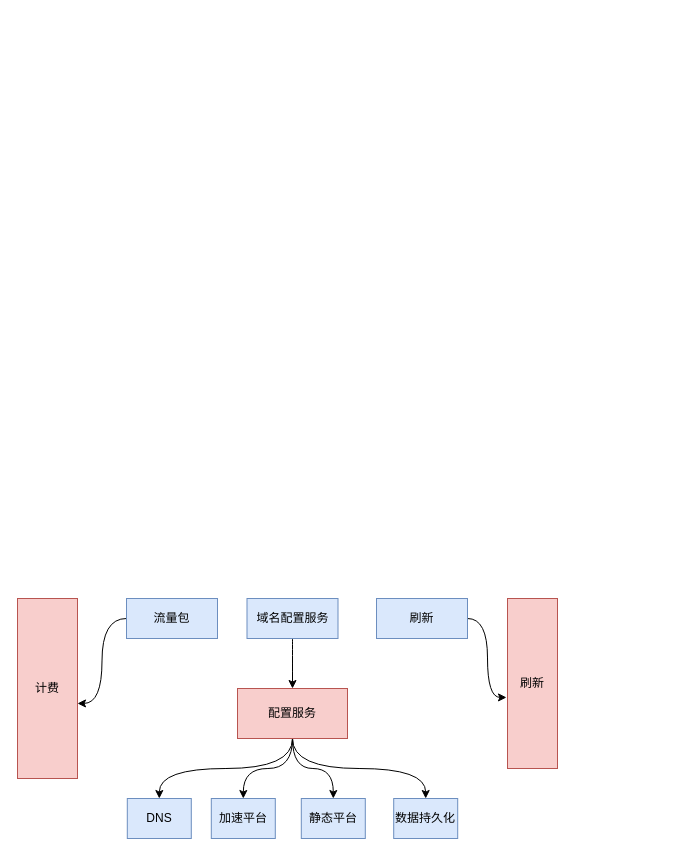
Before: page "第 4 页" (4 of 6) of tcb.drawio in wwCrazy/resume, a draw.io diagram. Source tidied: cells renumbered, new cells numbered last; positions are measured from the earlier drawing's top-left corner, leaving out a move shared by most shapes. Both pictures are drawn from the tidied source at 100%, with x=0, y=0 at pixel (17, 598). Pictures stored in the file or linked from it are replaced by grey dashed boxes.
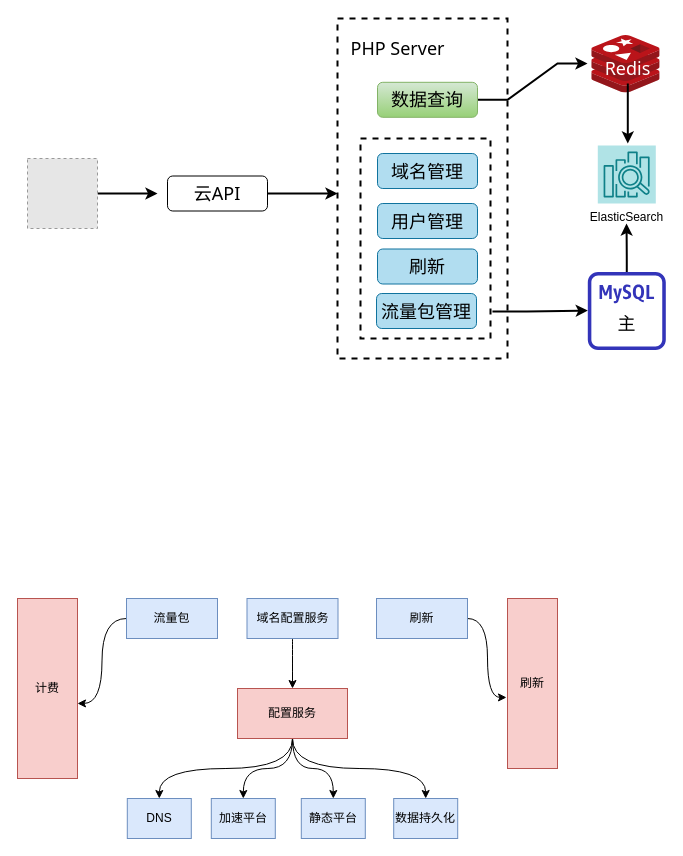
Above is the later version.

What changed in the source:
```diff
@@
+    <mxCell id="19" style="rounded=0;whiteSpace=wrap;html=1;strokeWidth=2;fontFamily=Tahoma;fontSize=18;align=center;dashed=1;" parent="1" vertex="1">
+      <mxGeometry x="320" y="-580" width="170" height="340" as="geometry" />
+    </mxCell>
+    <mxCell id="20" style="rounded=0;whiteSpace=wrap;html=1;dashed=1;strokeWidth=2;fontFamily=Tahoma;fontSize=18;align=center;" parent="1" vertex="1">
+      <mxGeometry x="343" y="-460" width="130" height="200" as="geometry" />
+    </mxCell>
+    <mxCell id="21" style="edgeStyle=orthogonalEdgeStyle;curved=1;rounded=0;jettySize=auto;html=1;exitX=1;exitY=0.5;exitDx=0;exitDy=0;strokeWidth=2;fontFamily=Tahoma;fontSize=18;fontColor=#000000;" parent="1" edge="1" source="22">
+      <mxGeometry relative="1" as="geometry">
+        <mxPoint x="140" y="-405" as="targetPoint" />
+      </mxGeometry>
+    </mxCell>
+    <mxCell id="22" style="fillColor=#E6E6E6;strokeColor=#999999;dashed=1;verticalLabelPosition=bottom;labelBackgroundColor=#ffffff;verticalAlign=top;" parent="1" vertex="1">
+      <mxGeometry x="10" y="-440" width="70" height="70" as="geometry" />
+    </mxCell>
+    <mxCell id="23" style="edgeStyle=entityRelationEdgeStyle;rounded=0;jettySize=auto;html=1;exitX=1;exitY=0.5;exitDx=0;exitDy=0;strokeWidth=2;fontFamily=Tahoma;fontSize=18;fontColor=#000000;" parent="1" edge="1" source="24">
+      <mxGeometry relative="1" as="geometry">
+        <mxPoint x="320" y="-405" as="targetPoint" />
+      </mxGeometry>
+    </mxCell>
+    <mxCell id="24" value="云API" style="rounded=1;whiteSpace=wrap;html=1;strokeWidth=1;fontFamily=Tahoma;fontSize=18;align=center;" parent="1" vertex="1">
+      <mxGeometry x="150" y="-422.5" width="100" height="35" as="geometry" />
+    </mxCell>
+    <mxCell id="25" style="edgeStyle=entityRelationEdgeStyle;rounded=0;jettySize=auto;html=1;strokeWidth=2;fontFamily=Tahoma;fontSize=18;fontColor=#000000;" parent="1" edge="1" source="26">
+      <mxGeometry relative="1" as="geometry">
+        <mxPoint x="570" y="-535" as="targetPoint" />
+      </mxGeometry>
+    </mxCell>
+    <mxCell id="26" value="数据查询" style="rounded=1;whiteSpace=wrap;html=1;strokeWidth=1;fontFamily=Tahoma;fontSize=18;align=center;fillColor=#d5e8d4;strokeColor=#82b366;gradientColor=#97d077;" parent="1" vertex="1">
+      <mxGeometry x="360" y="-516.2" width="100" height="35" as="geometry" />
+    </mxCell>
+    <mxCell id="27" value="域名管理" style="rounded=1;whiteSpace=wrap;html=1;strokeWidth=1;fontFamily=Tahoma;fontSize=18;align=center;fillColor=#b1ddf0;strokeColor=#10739e;" parent="1" vertex="1">
+      <mxGeometry x="360" y="-445" width="100" height="35" as="geometry" />
+    </mxCell>
+    <mxCell id="28" value="PHP Server" style="text;html=1;align=center;verticalAlign=middle;fillColor=none;strokeColor=none;rounded=0;fontFamily=Tahoma;fontSize=18;fontColor=#000000;" parent="1" vertex="1">
+      <mxGeometry x="330" y="-565" width="100" height="30" as="geometry" />
+    </mxCell>
+    <mxCell id="29" value="ElasticSearch" style="gradientDirection=north;fillColor=#b0e3e6;strokeColor=#0e8088;dashed=0;verticalLabelPosition=bottom;verticalAlign=top;align=center;html=1;fontSize=12;fontStyle=0;shape=mxgraph.aws4.resourceIcon;resIcon=mxgraph.aws4.elasticsearch_service;" parent="1" vertex="1">
+      <mxGeometry x="580.3" y="-453" width="58" height="58" as="geometry" />
+    </mxCell>
+    <mxCell id="30" style="edgeStyle=orthogonalEdgeStyle;curved=1;rounded=0;jettySize=auto;html=1;strokeWidth=2;fontFamily=Tahoma;fontSize=18;fontColor=#000000;" parent="1" edge="1" source="31">
+      <mxGeometry relative="1" as="geometry">
+        <mxPoint x="609" y="-375" as="targetPoint" />
+      </mxGeometry>
+    </mxCell>
+    <mxCell id="31" style="outlineConnect=0;fontColor=#232F3E;gradientColor=none;fillColor=#3334B9;strokeColor=none;dashed=0;verticalLabelPosition=bottom;verticalAlign=top;align=center;html=1;fontSize=12;fontStyle=0;shape=mxgraph.aws4.rds_mysql_instance_alt;" parent="1" vertex="1">
+      <mxGeometry x="570.3" y="-326.5" width="78" height="78" as="geometry" />
+    </mxCell>
+    <mxCell id="32" value="用户管理" style="rounded=1;whiteSpace=wrap;html=1;strokeWidth=1;fontFamily=Tahoma;fontSize=18;align=center;fillColor=#b1ddf0;strokeColor=#10739e;" parent="1" vertex="1">
+      <mxGeometry x="360" y="-395" width="100" height="35" as="geometry" />
+    </mxCell>
+    <mxCell id="33" value="刷新" style="rounded=1;whiteSpace=wrap;html=1;strokeWidth=1;fontFamily=Tahoma;fontSize=18;align=center;fillColor=#b1ddf0;strokeColor=#10739e;" parent="1" vertex="1">
+      <mxGeometry x="360" y="-349.5" width="100" height="35" as="geometry" />
+    </mxCell>
+    <mxCell id="34" value="流量包管理" style="rounded=1;whiteSpace=wrap;html=1;strokeWidth=1;fontFamily=Tahoma;fontSize=18;align=center;fillColor=#b1ddf0;strokeColor=#10739e;" parent="1" vertex="1">
+      <mxGeometry x="359" y="-305" width="100" height="35" as="geometry" />
+    </mxCell>
+    <mxCell id="35" style="group;" parent="1" vertex="1">
+      <mxGeometry x="574.3" y="-563" width="68.3" height="57.3" as="geometry" />
+    </mxCell>
+    <mxCell id="36" style="html=1;align=center;image;fontSize=12;image=img/lib/mscae/Cache_Redis_Product.svg;strokeWidth=2;fillColor=#B3B3B3;" parent="35" vertex="1">
+      <mxGeometry width="68.3" height="57.4" as="geometry" />
+    </mxCell>
+    <mxCell id="37" value="Redis" style="text;html=1;align=center;verticalAlign=middle;points=[];fillColor=none;strokeColor=none;rounded=0;dashed=1;fontFamily=Tahoma;fontSize=18;fontColor=#FFFFFF;" parent="35" vertex="1">
+      <mxGeometry x="6" y="18" width="60" height="30" as="geometry" />
+    </mxCell>
+    <mxCell id="38" style="edgeStyle=orthogonalEdgeStyle;curved=1;rounded=0;jettySize=auto;html=1;strokeWidth=2;fontFamily=Tahoma;fontSize=18;fontColor=#000000;" parent="1" edge="1" source="37">
+      <mxGeometry relative="1" as="geometry">
+        <mxPoint x="610.3" y="-455" as="targetPoint" />
+      </mxGeometry>
+    </mxCell>
+    <mxCell id="39" style="edgeStyle=orthogonalEdgeStyle;curved=1;rounded=0;jettySize=auto;html=1;strokeWidth=2;fontFamily=Tahoma;fontSize=18;fontColor=#000000;exitX=1.015;exitY=0.865;exitDx=0;exitDy=0;exitPerimeter=0;" parent="1" edge="1" source="20">
+      <mxGeometry relative="1" as="geometry">
+        <mxPoint x="570.3" y="-288" as="targetPoint" />
+      </mxGeometry>
+    </mxCell>
+    <mxCell id="40" value="主" style="text;html=1;align=center;verticalAlign=middle;fillColor=none;strokeColor=none;rounded=0;dashed=1;fontFamily=Tahoma;fontSize=18;fontColor=#000000;" parent="1" vertex="1">
+      <mxGeometry x="594.3" y="-290" width="30" height="30" as="geometry" />
+    </mxCell>
```
